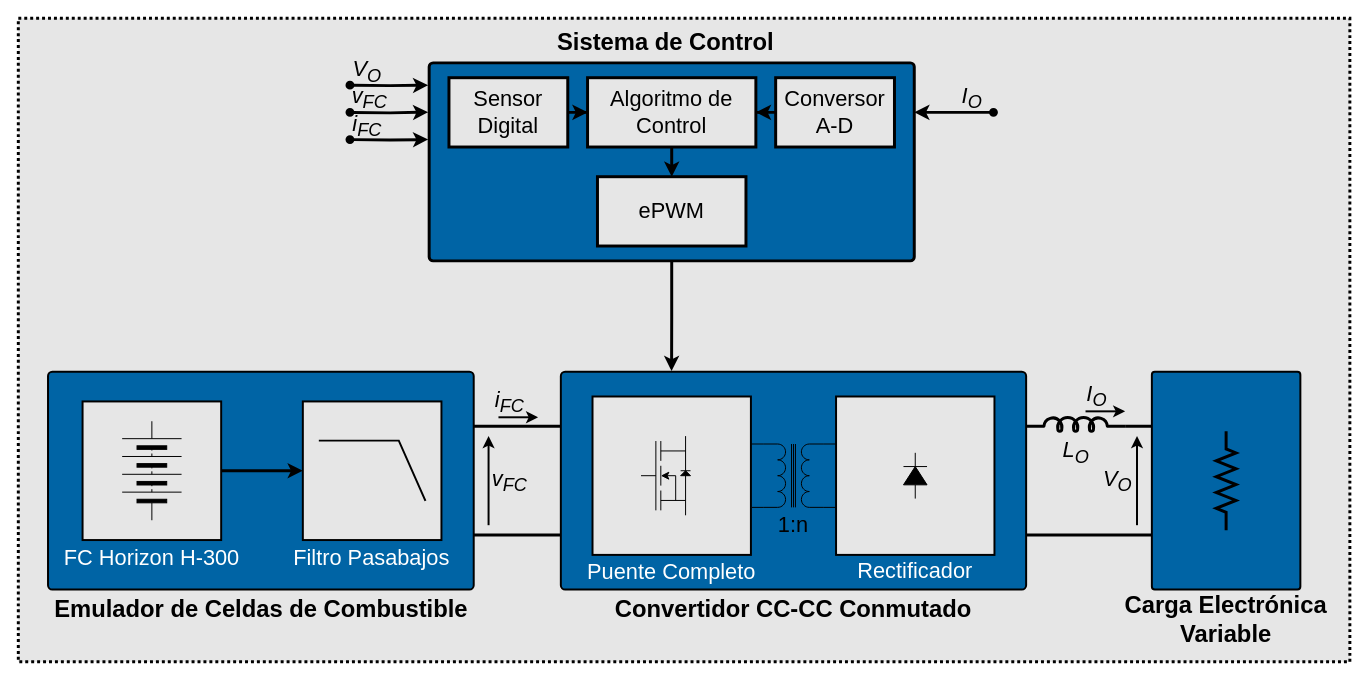
tomas-tavella/Proyecto-Final keeps this draw.io diagram as Informe/Diagramas/Plataforma Experimental.drawio. Above is the earlier version. Source tidied: cells renumbered, new cells numbered last; positions are measured from the earlier drawing's top-left corner, leaving out a move shared by most shapes. Both pictures are drawn from the tidied source at 99%, with x=0, y=0 at pixel (18, 18).
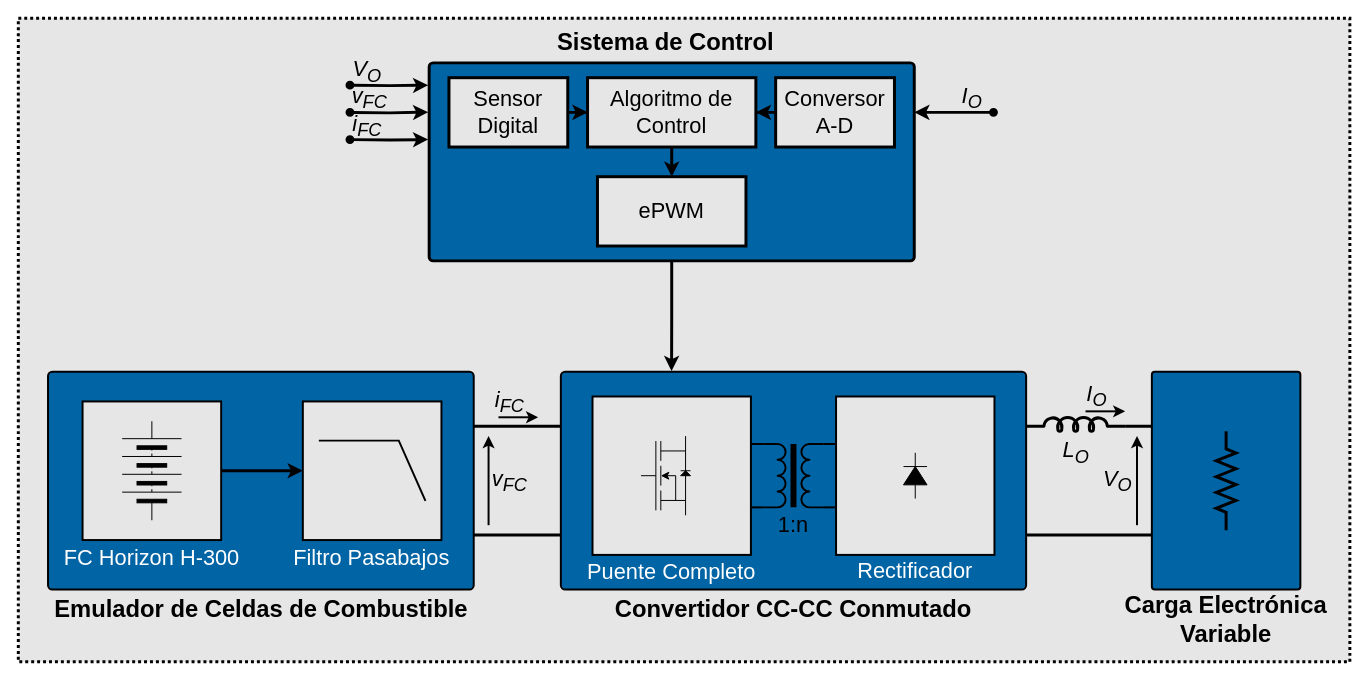
After the change.

Unchanged cells that the change refers to:
```xml
<mxCell id="4" style="html=1;shadow=0;fontSize=18;fillColor=#E6E6E6;strokeColor=#000000;verticalAlign=bottom;rounded=0;strokeWidth=2;" parent="1" vertex="1">
  <mxGeometry x="580" y="382" width="160" height="160" as="geometry" />
</mxCell>
<mxCell id="5" style="html=1;shadow=0;fontSize=18;fillColor=#E6E6E6;strokeColor=#000000;verticalAlign=bottom;rounded=0;strokeWidth=2;" parent="1" vertex="1">
  <mxGeometry x="826" y="382" width="160" height="160" as="geometry" />
</mxCell>
<mxCell id="21" style="group;" parent="1" vertex="1">
  <mxGeometry x="753" y="430" width="60" height="64" as="geometry" />
</mxCell>
```

Change to the diagram source:
```diff
@@
-    <mxCell id="22" style="verticalLabelPosition=bottom;shadow=0;dashed=0;align=center;html=1;verticalAlign=top;shape=mxgraph.electrical.inductors.transformer_1;fillColor=none;rotation=90;strokeWidth=1;" parent="21" vertex="1">
+    <mxCell id="22" style="verticalLabelPosition=bottom;shadow=0;dashed=0;align=center;html=1;verticalAlign=top;shape=mxgraph.electrical.inductors.transformer_1;fillColor=none;rotation=90;strokeWidth=2;" parent="21" vertex="1">
       <mxGeometry x="-2" y="2" width="64" height="60" as="geometry" />
     </mxCell>
-    <mxCell id="23" style="endArrow=none;html=1;rounded=0;fontFamily=CMU Serif;fontSize=18;fontColor=#E6E6E6;strokeColor=#000000;strokeWidth=1;exitX=0;exitY=0;exitDx=0;exitDy=0;exitPerimeter=0;entryX=0.002;entryY=0.3;entryDx=0;entryDy=0;entryPerimeter=0;" parent="1" edge="1" source="22" target="5">
+    <mxCell id="23" style="endArrow=none;html=1;rounded=0;fontFamily=CMU Serif;fontSize=18;fontColor=#E6E6E6;strokeColor=#000000;strokeWidth=2;exitX=0;exitY=0;exitDx=0;exitDy=0;exitPerimeter=0;entryX=0.002;entryY=0.3;entryDx=0;entryDy=0;entryPerimeter=0;" parent="1" edge="1" source="22" target="5">
       <mxGeometry relative="1" as="geometry" />
     </mxCell>
-    <mxCell id="24" style="endArrow=none;html=1;rounded=0;fontFamily=CMU Serif;fontSize=18;fontColor=#E6E6E6;strokeColor=#000000;strokeWidth=1;exitX=1;exitY=0;exitDx=0;exitDy=0;exitPerimeter=0;entryX=0.001;entryY=0.7;entryDx=0;entryDy=0;entryPerimeter=0;" parent="1" edge="1" source="22" target="5">
+    <mxCell id="24" style="endArrow=none;html=1;rounded=0;fontFamily=CMU Serif;fontSize=18;fontColor=#E6E6E6;strokeColor=#000000;strokeWidth=2;exitX=1;exitY=0;exitDx=0;exitDy=0;exitPerimeter=0;entryX=0.001;entryY=0.7;entryDx=0;entryDy=0;entryPerimeter=0;" parent="1" edge="1" source="22" target="5">
       <mxGeometry relative="1" as="geometry" />
     </mxCell>
@@
-    <mxCell id="27" style="endArrow=none;html=1;rounded=0;fontFamily=CMU Serif;fontSize=18;fontColor=#E6E6E6;strokeColor=#000000;strokeWidth=1;exitX=1;exitY=1;exitDx=0;exitDy=0;exitPerimeter=0;" parent="1" edge="1" source="22">
+    <mxCell id="27" style="endArrow=none;html=1;rounded=0;fontFamily=CMU Serif;fontSize=18;fontColor=#E6E6E6;strokeColor=#000000;strokeWidth=2;exitX=1;exitY=1;exitDx=0;exitDy=0;exitPerimeter=0;" parent="1" edge="1" source="22">
       <mxGeometry relative="1" as="geometry">
         <mxPoint x="741" y="494" as="targetPoint" />
       </mxGeometry>
     </mxCell>
-    <mxCell id="28" style="endArrow=none;html=1;rounded=0;fontFamily=CMU Serif;fontSize=18;fontColor=#E6E6E6;strokeColor=#000000;strokeWidth=1;entryX=0;entryY=1;entryDx=0;entryDy=0;entryPerimeter=0;exitX=1.001;exitY=0.3;exitDx=0;exitDy=0;exitPerimeter=0;" parent="1" edge="1" source="4" target="22">
+    <mxCell id="28" style="endArrow=none;html=1;rounded=0;fontFamily=CMU Serif;fontSize=18;fontColor=#E6E6E6;strokeColor=#000000;strokeWidth=2;entryX=0;entryY=1;entryDx=0;entryDy=0;entryPerimeter=0;exitX=1.001;exitY=0.3;exitDx=0;exitDy=0;exitPerimeter=0;" parent="1" edge="1" source="4" target="22">
       <mxGeometry relative="1" as="geometry" />
     </mxCell>
```
